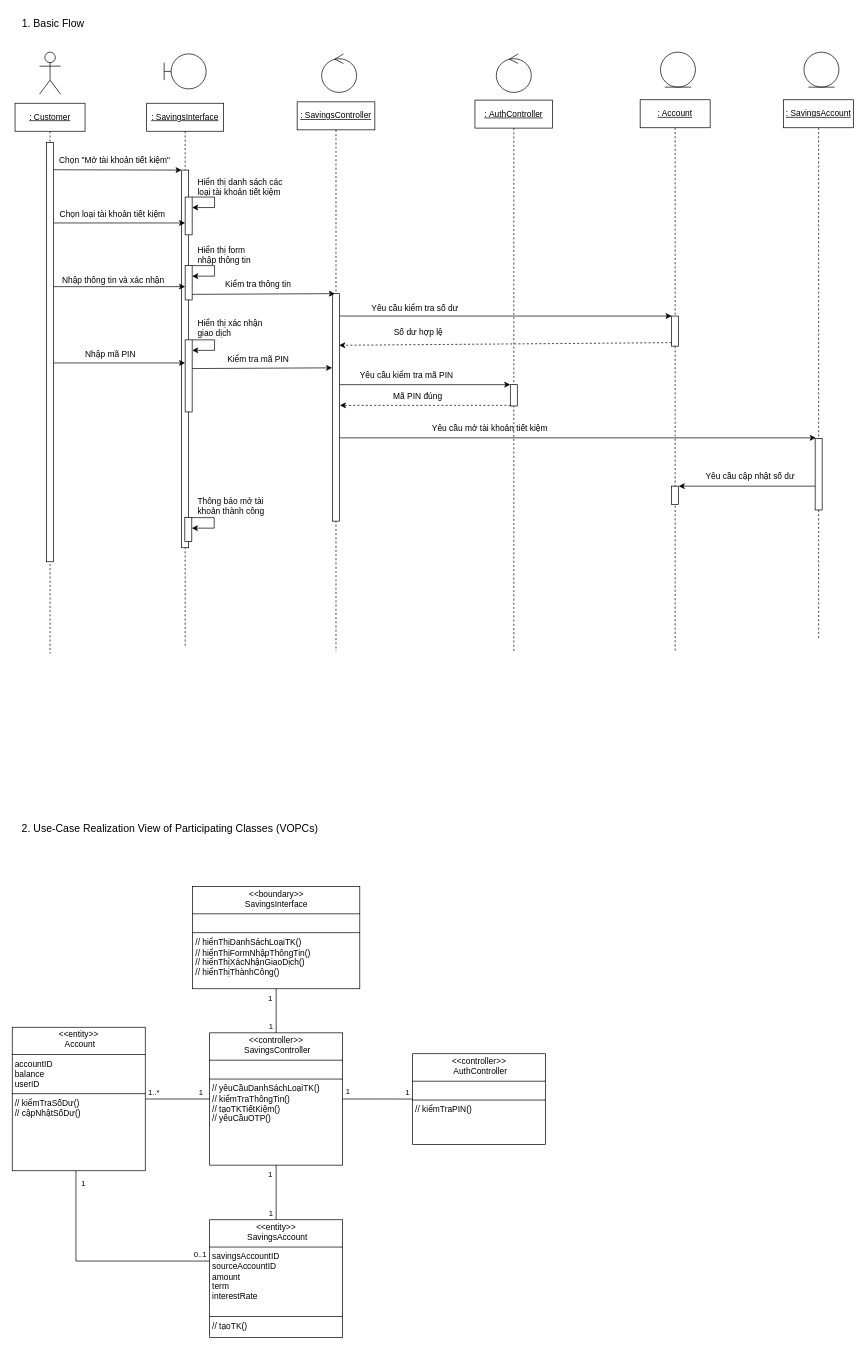
This is uml/BHDG_Usecase_10_0.0.1.drawio from HoangDucBach/bghc, a draw.io file, before an edit. Source tidied: cells renumbered, new cells numbered last; positions are measured from the earlier drawing's top-left corner, leaving out a move shared by most shapes. Both pictures are drawn from the tidied source at 70%, with x=0, y=0 at pixel (12, 12).
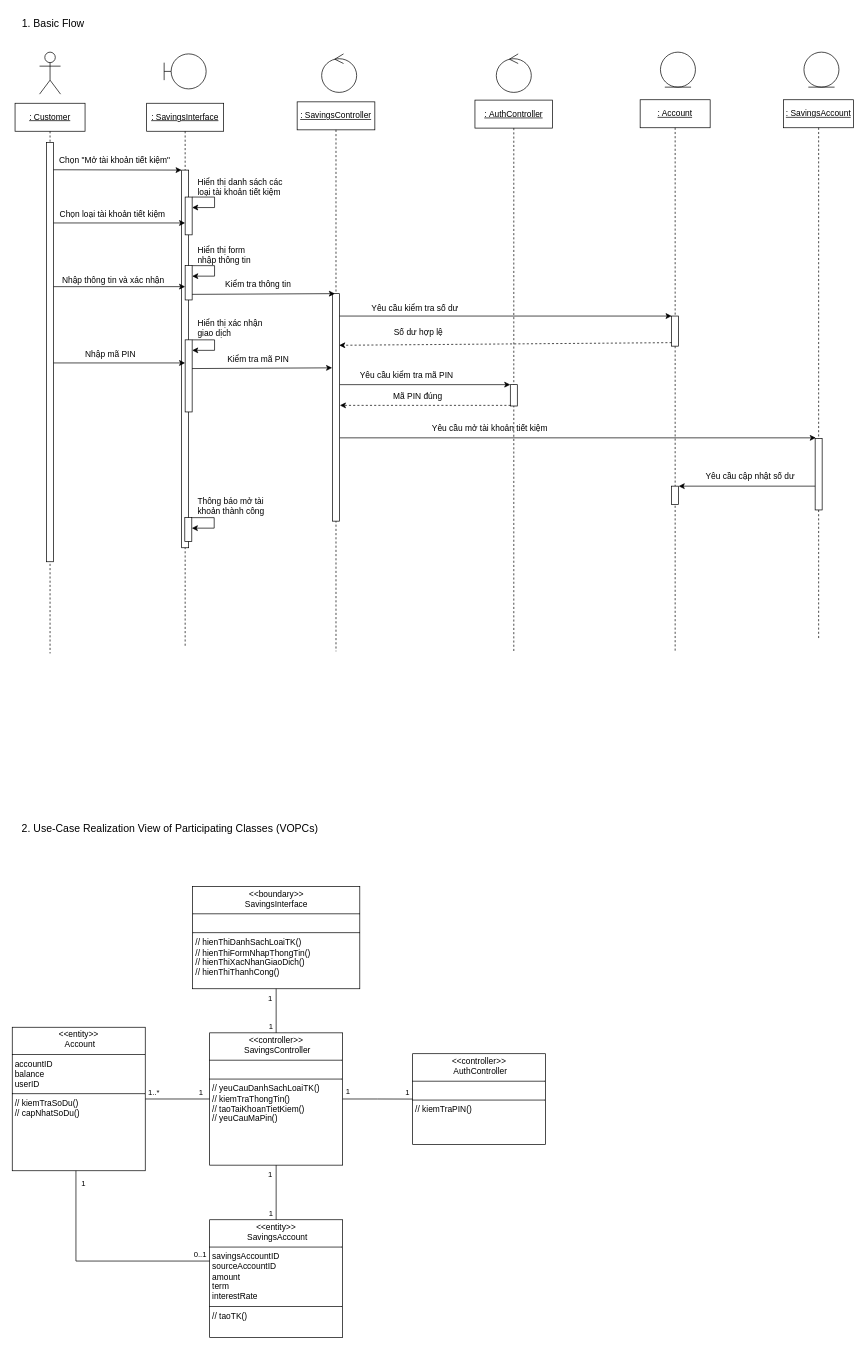
The same page after the edit.

What changed in the source:
```diff
@@
-    <mxCell id="3" value="&lt;p style=&quot;margin:0px;margin-top:4px;text-align:center;&quot;&gt;&lt;i&gt;&amp;lt;&amp;lt;&lt;/i&gt;boundary&lt;i&gt;&amp;gt;&amp;gt;&lt;/i&gt;&lt;br&gt;SavingsInterface&lt;/p&gt;&lt;hr size=&quot;1&quot; style=&quot;border-style:solid;&quot;&gt;&lt;p style=&quot;margin:0px;margin-left:4px;&quot;&gt;&lt;span style=&quot;white-space: pre;&quot;&gt;&#9;&lt;/span&gt;&lt;span style=&quot;white-space: pre;&quot;&gt;&#9;&lt;/span&gt;&lt;br&gt;&lt;/p&gt;&lt;hr size=&quot;1&quot; style=&quot;border-style:solid;&quot;&gt;&lt;p style=&quot;margin:0px;margin-left:4px;&quot;&gt;// hiểnThịDanhSáchLoạiTK()&lt;/p&gt;&lt;p style=&quot;margin:0px;margin-left:4px;&quot;&gt;// hiểnThịFormNhậpThôngTin()&lt;/p&gt;&lt;p style=&quot;margin:0px;margin-left:4px;&quot;&gt;// hiểnThịXácNhậnGiaoDịch()&lt;/p&gt;&lt;p style=&quot;margin:0px;margin-left:4px;&quot;&gt;// hiểnThịThànhCông()&lt;/p&gt;" style="verticalAlign=top;align=left;overflow=fill;html=1;whiteSpace=wrap;" parent="1" vertex="1">
+    <mxCell id="3" value="&lt;p style=&quot;margin:0px;margin-top:4px;text-align:center;&quot;&gt;&lt;i&gt;&amp;lt;&amp;lt;&lt;/i&gt;boundary&lt;i&gt;&amp;gt;&amp;gt;&lt;/i&gt;&lt;br&gt;SavingsInterface&lt;/p&gt;&lt;hr size=&quot;1&quot; style=&quot;border-style:solid;&quot;&gt;&lt;p style=&quot;margin:0px;margin-left:4px;&quot;&gt;&lt;span style=&quot;white-space: pre;&quot;&gt;&#9;&lt;/span&gt;&lt;span style=&quot;white-space: pre;&quot;&gt;&#9;&lt;/span&gt;&lt;br&gt;&lt;/p&gt;&lt;hr size=&quot;1&quot; style=&quot;border-style:solid;&quot;&gt;&lt;p style=&quot;margin:0px;margin-left:4px;&quot;&gt;// hienThiDanhSachLoaiTK()&lt;/p&gt;&lt;p style=&quot;margin:0px;margin-left:4px;&quot;&gt;// hienThiFormNhapThongTin()&lt;/p&gt;&lt;p style=&quot;margin:0px;margin-left:4px;&quot;&gt;// hienThiXacNhanGiaoDich()&lt;/p&gt;&lt;p style=&quot;margin:0px;margin-left:4px;&quot;&gt;// hienThiThanhCong()&lt;/p&gt;" style="verticalAlign=top;align=left;overflow=fill;html=1;whiteSpace=wrap;" parent="1" vertex="1">
       <mxGeometry x="257.5" y="1249" width="239" height="146" as="geometry" />
     </mxCell>
-    <mxCell id="4" value="&lt;p style=&quot;margin: 4px 0px 0px; text-align: center;&quot;&gt;&lt;i&gt;&amp;lt;&amp;lt;&lt;/i&gt;entity&lt;i&gt;&amp;gt;&amp;gt;&lt;/i&gt;&lt;br&gt;&lt;/p&gt;&lt;p style=&quot;text-align: center; margin: 0px 0px 0px 4px;&quot;&gt;&lt;span style=&quot;background-color: transparent;&quot;&gt;Account&lt;/span&gt;&lt;/p&gt;&lt;hr size=&quot;1&quot; style=&quot;border-style:solid;&quot;&gt;&lt;p style=&quot;margin:0px;margin-left:4px;&quot;&gt;accountID&lt;/p&gt;&lt;p style=&quot;margin:0px;margin-left:4px;&quot;&gt;balance&lt;/p&gt;&lt;p style=&quot;margin:0px;margin-left:4px;&quot;&gt;userID&lt;/p&gt;&lt;hr size=&quot;1&quot; style=&quot;border-style:solid;&quot;&gt;&lt;p style=&quot;margin:0px;margin-left:4px;&quot;&gt;// kiểmTraSốDư()&lt;/p&gt;&lt;p style=&quot;margin:0px;margin-left:4px;&quot;&gt;// cậpNhậtSốDư()&lt;/p&gt;&lt;p style=&quot;margin:0px;margin-left:4px;&quot;&gt;&lt;br&gt;&lt;/p&gt;" style="verticalAlign=top;align=left;overflow=fill;html=1;whiteSpace=wrap;" parent="1" vertex="1">
+    <mxCell id="4" value="&lt;p style=&quot;margin: 4px 0px 0px; text-align: center;&quot;&gt;&lt;i&gt;&amp;lt;&amp;lt;&lt;/i&gt;entity&lt;i&gt;&amp;gt;&amp;gt;&lt;/i&gt;&lt;br&gt;&lt;/p&gt;&lt;p style=&quot;text-align: center; margin: 0px 0px 0px 4px;&quot;&gt;&lt;span style=&quot;background-color: transparent;&quot;&gt;Account&lt;/span&gt;&lt;/p&gt;&lt;hr size=&quot;1&quot; style=&quot;border-style:solid;&quot;&gt;&lt;p style=&quot;margin:0px;margin-left:4px;&quot;&gt;accountID&lt;/p&gt;&lt;p style=&quot;margin:0px;margin-left:4px;&quot;&gt;balance&lt;/p&gt;&lt;p style=&quot;margin:0px;margin-left:4px;&quot;&gt;userID&lt;/p&gt;&lt;hr size=&quot;1&quot; style=&quot;border-style:solid;&quot;&gt;&lt;p style=&quot;margin:0px;margin-left:4px;&quot;&gt;// kiemTraSoDu()&lt;/p&gt;&lt;p style=&quot;margin:0px;margin-left:4px;&quot;&gt;// capNhatSoDu()&lt;/p&gt;&lt;p style=&quot;margin:0px;margin-left:4px;&quot;&gt;&lt;br&gt;&lt;/p&gt;" style="verticalAlign=top;align=left;overflow=fill;html=1;whiteSpace=wrap;" parent="1" vertex="1">
       <mxGeometry y="1450" width="190" height="205" as="geometry" />
     </mxCell>
-    <mxCell id="5" value="&lt;p style=&quot;margin: 4px 0px 0px; text-align: center;&quot;&gt;&lt;i&gt;&amp;lt;&amp;lt;&lt;/i&gt;controller&lt;i&gt;&amp;gt;&amp;gt;&lt;/i&gt;&lt;br&gt;&lt;/p&gt;&lt;p style=&quot;text-align: center; margin: 0px 0px 0px 4px;&quot;&gt;&lt;span style=&quot;background-color: transparent;&quot;&gt;SavingsController&lt;/span&gt;&lt;/p&gt;&lt;hr size=&quot;1&quot; style=&quot;border-style:solid;&quot;&gt;&lt;p style=&quot;margin:0px;margin-left:4px;&quot;&gt;&lt;br&gt;&lt;/p&gt;&lt;hr size=&quot;1&quot; style=&quot;border-style:solid;&quot;&gt;&lt;p style=&quot;margin:0px;margin-left:4px;&quot;&gt;// yêuCầuDanhSáchLoạiTK()&lt;/p&gt;&lt;p style=&quot;margin:0px;margin-left:4px;&quot;&gt;// kiểmTraThôngTin()&lt;/p&gt;&lt;p style=&quot;margin:0px;margin-left:4px;&quot;&gt;// tạoTKTiếtKiệm()&lt;/p&gt;&lt;p style=&quot;margin:0px;margin-left:4px;&quot;&gt;// yêuCầuOTP()&lt;/p&gt;" style="verticalAlign=top;align=left;overflow=fill;html=1;whiteSpace=wrap;" parent="1" vertex="1">
+    <mxCell id="5" value="&lt;p style=&quot;margin: 4px 0px 0px; text-align: center;&quot;&gt;&lt;i&gt;&amp;lt;&amp;lt;&lt;/i&gt;controller&lt;i&gt;&amp;gt;&amp;gt;&lt;/i&gt;&lt;br&gt;&lt;/p&gt;&lt;p style=&quot;text-align: center; margin: 0px 0px 0px 4px;&quot;&gt;&lt;span style=&quot;background-color: transparent;&quot;&gt;SavingsController&lt;/span&gt;&lt;/p&gt;&lt;hr size=&quot;1&quot; style=&quot;border-style:solid;&quot;&gt;&lt;p style=&quot;margin:0px;margin-left:4px;&quot;&gt;&lt;br&gt;&lt;/p&gt;&lt;hr size=&quot;1&quot; style=&quot;border-style:solid;&quot;&gt;&lt;p style=&quot;margin:0px;margin-left:4px;&quot;&gt;// yeuCauDanhSachLoaiTK()&lt;/p&gt;&lt;p style=&quot;margin:0px;margin-left:4px;&quot;&gt;// kiemTraThongTin()&lt;/p&gt;&lt;p style=&quot;margin:0px;margin-left:4px;&quot;&gt;// taoTaiKhoanTietKiem()&lt;/p&gt;&lt;p style=&quot;margin:0px;margin-left:4px;&quot;&gt;// yeuCauMaPin()&lt;/p&gt;" style="verticalAlign=top;align=left;overflow=fill;html=1;whiteSpace=wrap;" parent="1" vertex="1">
       <mxGeometry x="282" y="1458" width="190" height="189" as="geometry" />
     </mxCell>
@@
-    <mxCell id="67" value="&lt;p style=&quot;margin: 4px 0px 0px; text-align: center;&quot;&gt;&lt;i&gt;&amp;lt;&amp;lt;&lt;/i&gt;controller&lt;i&gt;&amp;gt;&amp;gt;&lt;/i&gt;&lt;br&gt;&lt;/p&gt;&lt;p style=&quot;text-align: center; margin: 0px 0px 0px 4px;&quot;&gt;&lt;span style=&quot;background-color: transparent;&quot;&gt;AuthController&lt;/span&gt;&lt;/p&gt;&lt;hr size=&quot;1&quot; style=&quot;border-style:solid;&quot;&gt;&lt;p style=&quot;margin:0px;margin-left:4px;&quot;&gt;&lt;br&gt;&lt;/p&gt;&lt;hr size=&quot;1&quot; style=&quot;border-style:solid;&quot;&gt;&lt;p style=&quot;margin:0px;margin-left:4px;&quot;&gt;&lt;span style=&quot;background-color: transparent; color: light-dark(rgb(0, 0, 0), rgb(255, 255, 255));&quot;&gt;// kiểmTraPIN()&lt;/span&gt;&lt;/p&gt;" style="verticalAlign=top;align=left;overflow=fill;html=1;whiteSpace=wrap;" parent="1" vertex="1">
+    <mxCell id="67" value="&lt;p style=&quot;margin: 4px 0px 0px; text-align: center;&quot;&gt;&lt;i&gt;&amp;lt;&amp;lt;&lt;/i&gt;controller&lt;i&gt;&amp;gt;&amp;gt;&lt;/i&gt;&lt;br&gt;&lt;/p&gt;&lt;p style=&quot;text-align: center; margin: 0px 0px 0px 4px;&quot;&gt;&lt;span style=&quot;background-color: transparent;&quot;&gt;AuthController&lt;/span&gt;&lt;/p&gt;&lt;hr size=&quot;1&quot; style=&quot;border-style:solid;&quot;&gt;&lt;p style=&quot;margin:0px;margin-left:4px;&quot;&gt;&lt;br&gt;&lt;/p&gt;&lt;hr size=&quot;1&quot; style=&quot;border-style:solid;&quot;&gt;&lt;p style=&quot;margin:0px;margin-left:4px;&quot;&gt;&lt;span style=&quot;background-color: transparent; color: light-dark(rgb(0, 0, 0), rgb(255, 255, 255));&quot;&gt;// kiemTraPIN()&lt;/span&gt;&lt;/p&gt;" style="verticalAlign=top;align=left;overflow=fill;html=1;whiteSpace=wrap;" parent="1" vertex="1">
       <mxGeometry x="572" y="1487.8" width="190" height="129.5" as="geometry" />
     </mxCell>
-    <mxCell id="68" value="&lt;p style=&quot;margin: 4px 0px 0px; text-align: center;&quot;&gt;&lt;i&gt;&amp;lt;&amp;lt;&lt;/i&gt;entity&lt;i&gt;&amp;gt;&amp;gt;&lt;/i&gt;&lt;br&gt;&lt;/p&gt;&lt;p style=&quot;text-align: center; margin: 0px 0px 0px 4px;&quot;&gt;&lt;span style=&quot;background-color: transparent;&quot;&gt;SavingsAccount&lt;/span&gt;&lt;/p&gt;&lt;hr size=&quot;1&quot; style=&quot;border-style:solid;&quot;&gt;&lt;p style=&quot;margin:0px;margin-left:4px;&quot;&gt;savingsAccountID&lt;br&gt;sourceAccountID&lt;br&gt;amount&lt;br&gt;term&lt;br&gt;interestRate&lt;/p&gt;&lt;p style=&quot;margin:0px;margin-left:4px;&quot;&gt;&lt;br&gt;&lt;/p&gt;&lt;hr size=&quot;1&quot; style=&quot;border-style:solid;&quot;&gt;&lt;p style=&quot;margin:0px;margin-left:4px;&quot;&gt;// tạoTK()&lt;/p&gt;" style="verticalAlign=top;align=left;overflow=fill;html=1;whiteSpace=wrap;" parent="1" vertex="1">
+    <mxCell id="68" value="&lt;p style=&quot;margin: 4px 0px 0px; text-align: center;&quot;&gt;&lt;i&gt;&amp;lt;&amp;lt;&lt;/i&gt;entity&lt;i&gt;&amp;gt;&amp;gt;&lt;/i&gt;&lt;br&gt;&lt;/p&gt;&lt;p style=&quot;text-align: center; margin: 0px 0px 0px 4px;&quot;&gt;&lt;span style=&quot;background-color: transparent;&quot;&gt;SavingsAccount&lt;/span&gt;&lt;/p&gt;&lt;hr size=&quot;1&quot; style=&quot;border-style:solid;&quot;&gt;&lt;p style=&quot;margin:0px;margin-left:4px;&quot;&gt;savingsAccountID&lt;br&gt;sourceAccountID&lt;br&gt;amount&lt;br&gt;term&lt;br&gt;interestRate&lt;/p&gt;&lt;hr size=&quot;1&quot; style=&quot;border-style:solid;&quot;&gt;&lt;p style=&quot;margin:0px;margin-left:4px;&quot;&gt;// taoTK()&lt;/p&gt;" style="verticalAlign=top;align=left;overflow=fill;html=1;whiteSpace=wrap;" parent="1" vertex="1">
       <mxGeometry x="282" y="1725" width="190" height="168" as="geometry" />
     </mxCell>
```
